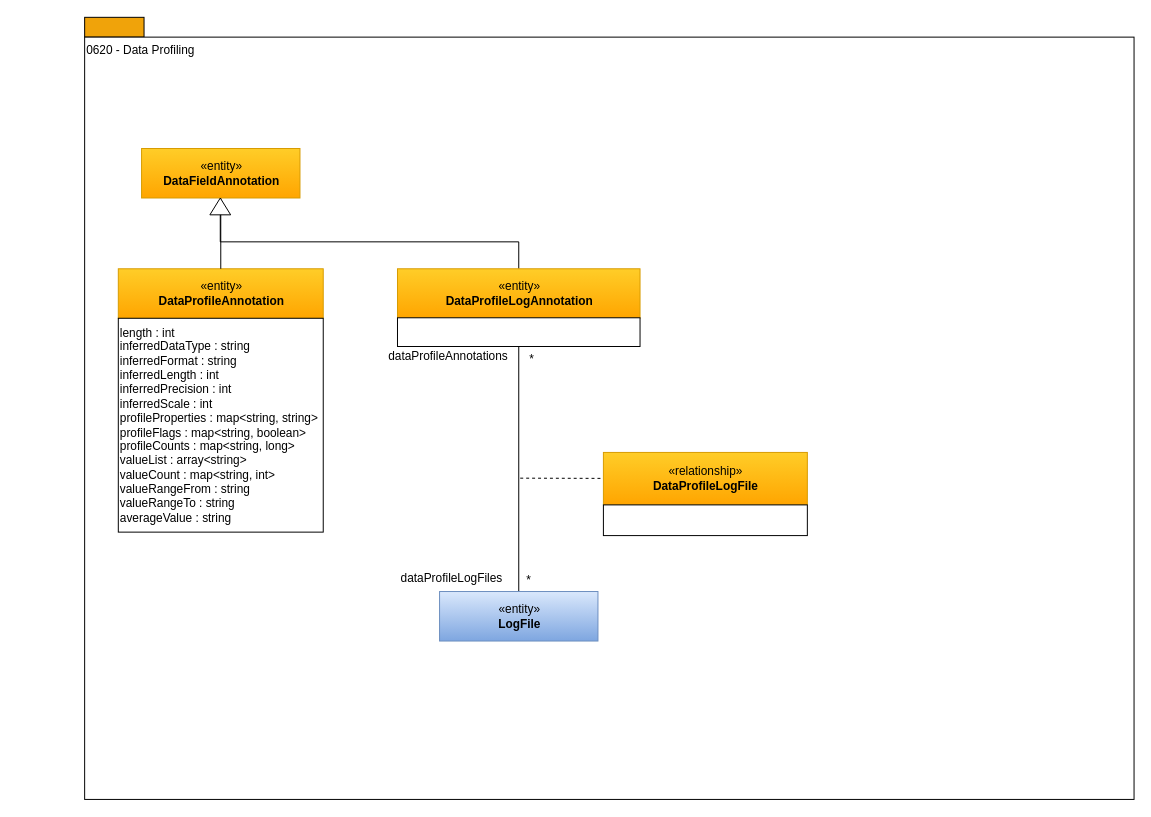
Before: page "0620-Data-Profiling" (8 of 16) of open-metadata-publication/website/open-metadata-types/area-6-discovery.drawio in odpi/egeria, a draw.io diagram. Source tidied: cells renumbered, new cells numbered last; positions are measured from the earlier drawing's top-left corner, leaving out a move shared by most shapes. Both pictures are drawn from the tidied source at 99%, with x=0, y=0 at pixel (84, 17).
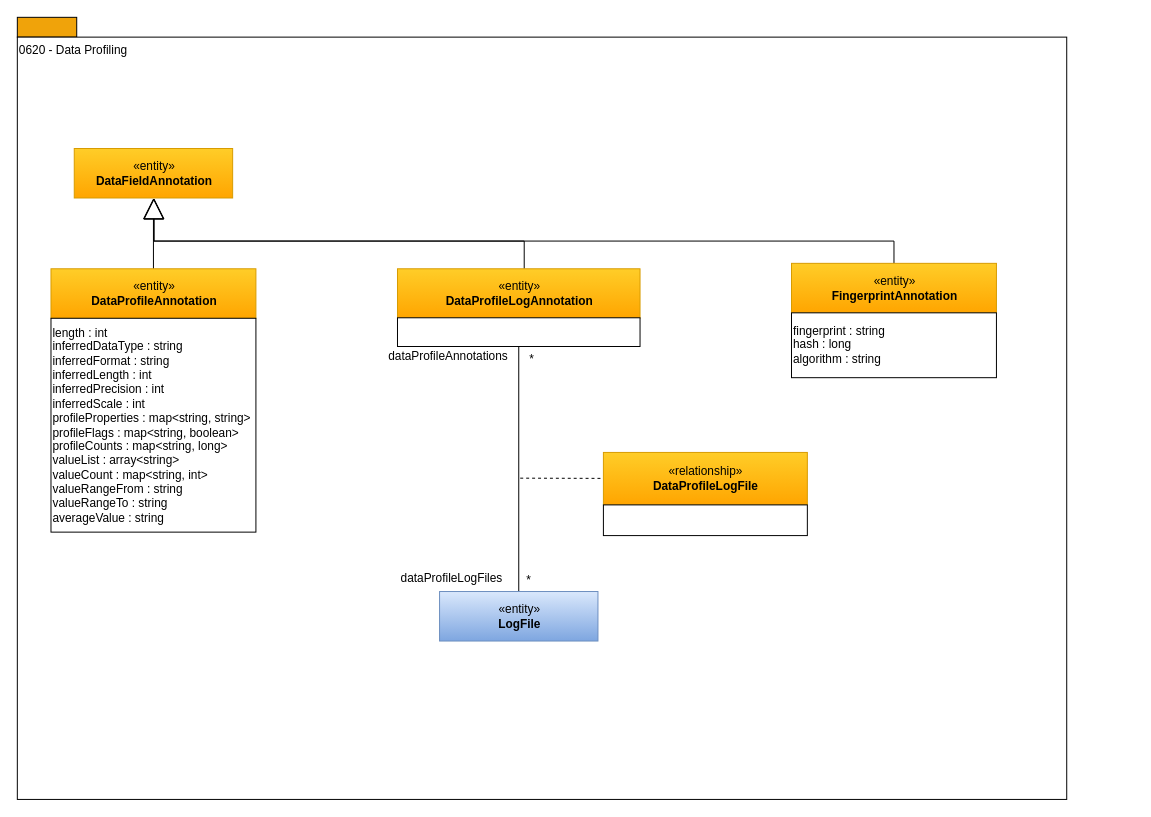
The same diagram, later.

The change refers to these unchanged cells:
```xml
<mxCell id="10" value="«entity»&lt;br&gt;&lt;b&gt;DataProfileLogAnnotation&lt;/b&gt;" style="html=1;strokeColor=#d79b00;align=center;fillColor=#ffcd28;gradientColor=#ffa500;" parent="1" vertex="1">
  <mxGeometry x="316" y="254" width="245" height="50" as="geometry" />
</mxCell>
```

Change to the diagram source:
```diff
@@
     <mxCell id="2" style="rounded=0;whiteSpace=wrap;html=1;align=left;fillColor=#f0a30a;strokeColor=#000000;fontColor=#ffffff;" parent="1" vertex="1">
-      <mxGeometry width="60" height="20" as="geometry" />
+      <mxGeometry x="-68" width="60" height="20" as="geometry" />
     </mxCell>
     <mxCell id="3" value="0620 - Data Profiling" style="rounded=0;whiteSpace=wrap;html=1;align=left;verticalAlign=top;" parent="1" vertex="1">
-      <mxGeometry y="20" width="1060" height="770" as="geometry" />
+      <mxGeometry x="-68" y="20" width="1060" height="770" as="geometry" />
     </mxCell>
+    <mxCell id="21" style="edgeStyle=orthogonalEdgeStyle;rounded=0;jettySize=auto;html=1;endArrow=block;endFill=0;endSize=19;" parent="1" edge="1" source="4" target="7">
+      <mxGeometry relative="1" as="geometry" />
+    </mxCell>
     <mxCell id="4" value="«entity»&lt;br&gt;&lt;b&gt;DataProfileAnnotation&lt;/b&gt;" style="html=1;strokeColor=#d79b00;align=center;fillColor=#ffcd28;gradientColor=#ffa500;" parent="1" vertex="1">
-      <mxGeometry x="34" y="254" width="207" height="50" as="geometry" />
+      <mxGeometry x="-34" y="254" width="207" height="50" as="geometry" />
     </mxCell>
     <mxCell id="5" value="length : int&lt;br&gt;inferredDataType : string&lt;br&gt;inferredFormat : string&lt;br&gt;inferredLength : int&lt;br&gt;inferredPrecision : int&lt;br&gt;inferredScale : int&lt;br&gt;profileProperties : map&amp;lt;string, string&amp;gt;&lt;br&gt;profileFlags : map&amp;lt;string, boolean&amp;gt;&lt;br&gt;profileCounts : map&amp;lt;string, long&amp;gt;&lt;br&gt;valueList : array&amp;lt;string&amp;gt;&lt;br&gt;valueCount : map&amp;lt;string, int&amp;gt;&lt;br&gt;valueRangeFrom : string&lt;br&gt;valueRangeTo : string&lt;br&gt;averageValue : string&lt;br&gt;" style="rounded=0;whiteSpace=wrap;html=1;strokeColor=#000000;gradientColor=#ffffff;align=left;" parent="1" vertex="1">
-      <mxGeometry x="34" y="304" width="207" height="216" as="geometry" />
+      <mxGeometry x="-34" y="304" width="207" height="216" as="geometry" />
     </mxCell>
-    <mxCell id="6" style="edgeStyle=orthogonalEdgeStyle;rounded=0;html=1;endArrow=none;endFill=0;jettySize=auto;" parent="1" edge="1" source="7" target="4">
-      <mxGeometry relative="1" as="geometry" />
-    </mxCell>
     <mxCell id="7" value="«entity»&lt;br&gt;&lt;b&gt;DataFieldAnnotation&lt;/b&gt;" style="html=1;strokeColor=#d79b00;align=center;fillColor=#ffcd28;gradientColor=#ffa500;" parent="1" vertex="1">
-      <mxGeometry x="57.5" y="132.5" width="160" height="50" as="geometry" />
+      <mxGeometry x="-10.5" y="132.5" width="160" height="50" as="geometry" />
     </mxCell>
-    <mxCell id="8" style="edgeStyle=orthogonalEdgeStyle;rounded=0;html=1;exitX=0;exitY=0.5;endArrow=none;endFill=0;jettySize=auto;entryX=0.5;entryY=0;" parent="1" edge="1" source="9" target="10">
-      <mxGeometry relative="1" as="geometry" />
-    </mxCell>
-    <mxCell id="9" style="triangle;whiteSpace=wrap;html=1;strokeColor=#000000;gradientColor=#ffffff;align=center;rotation=-90;" parent="1" vertex="1">
-      <mxGeometry x="128.5" y="180.5" width="17" height="21" as="geometry" />
-    </mxCell>
+    <mxCell id="22" style="edgeStyle=orthogonalEdgeStyle;rounded=0;jettySize=auto;html=1;endArrow=block;endFill=0;endSize=19;" parent="1" edge="1" source="10" target="7">
+      <mxGeometry relative="1" as="geometry">
+        <Array as="points">
+          <mxPoint x="444" y="226" />
+          <mxPoint x="70" y="226" />
+        </Array>
+      </mxGeometry>
+    </mxCell>
@@
+    <mxCell id="23" style="edgeStyle=orthogonalEdgeStyle;rounded=0;jettySize=auto;html=1;endArrow=block;endFill=0;endSize=19;" parent="1" edge="1" source="24" target="7">
+      <mxGeometry relative="1" as="geometry">
+        <Array as="points">
+          <mxPoint x="818" y="226" />
+          <mxPoint x="70" y="226" />
+        </Array>
+      </mxGeometry>
+    </mxCell>
+    <mxCell id="24" value="«entity»&lt;br&gt;&lt;b&gt;FingerprintAnnotation&lt;/b&gt;" style="html=1;strokeColor=#d79b00;align=center;fillColor=#ffcd28;gradientColor=#ffa500;" parent="1" vertex="1">
+      <mxGeometry x="714" y="248.5" width="207" height="50" as="geometry" />
+    </mxCell>
+    <mxCell id="25" value="fingerprint : string&lt;br&gt;hash : long&lt;br&gt;algorithm : string" style="rounded=0;whiteSpace=wrap;html=1;strokeColor=#000000;gradientColor=#ffffff;align=left;" parent="1" vertex="1">
+      <mxGeometry x="714" y="298.5" width="207" height="65.5" as="geometry" />
+    </mxCell>
```
